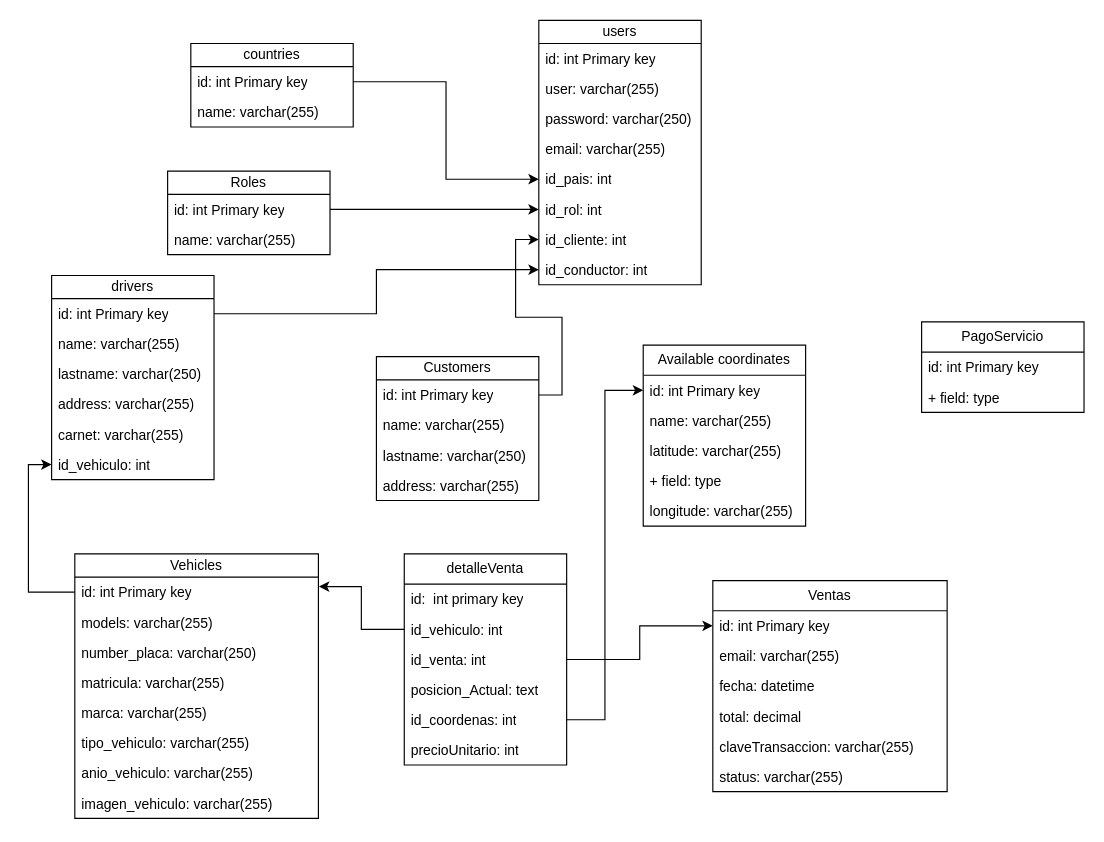
Before: clases.drawio in castro2001/Api_php, a draw.io diagram. Source tidied: cells renumbered, new cells numbered last; positions are measured from the earlier drawing's top-left corner, leaving out a move shared by most shapes. Both pictures are drawn from the tidied source at 116%, with x=0, y=0 at pixel (51, 20).
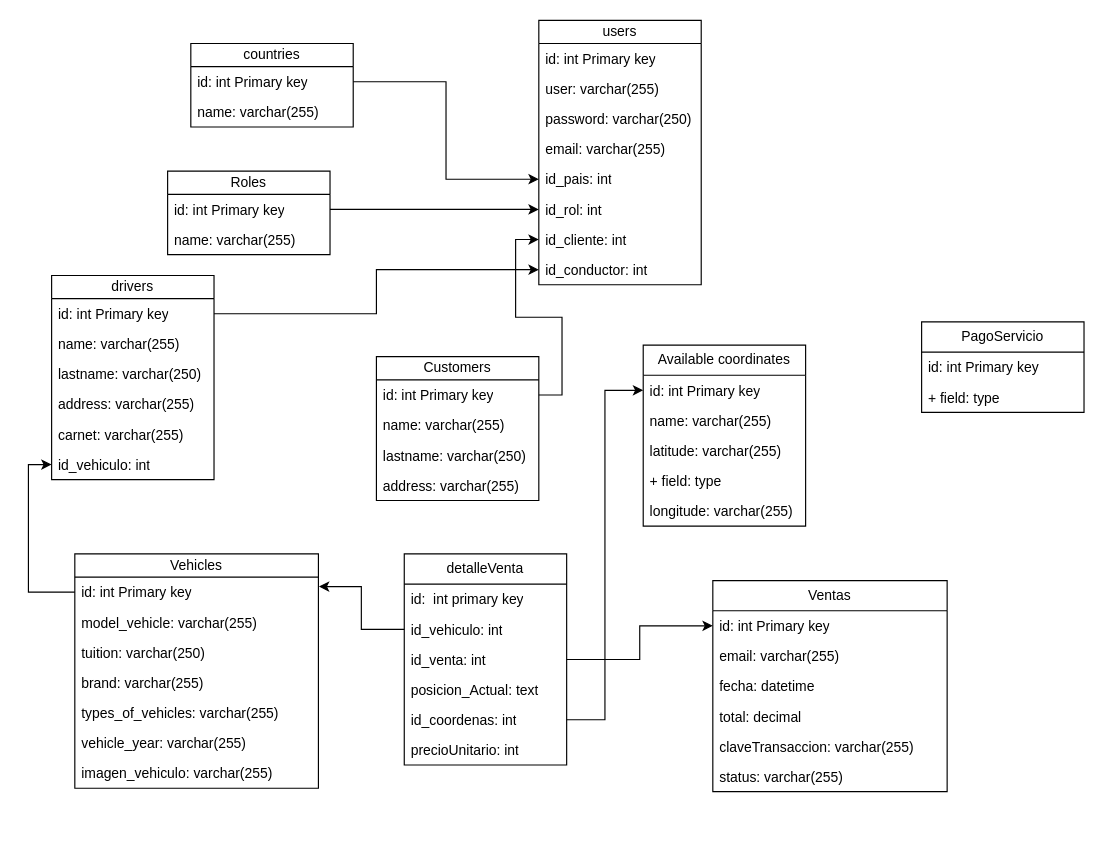
After the change.

What changed in the source:
```diff
@@
     <mxCell id="33" value="Vehicles" style="swimlane;fontStyle=0;horizontal=1;startSize=20;fillColor=none;whiteSpace=wrap;html=1;" parent="1" vertex="1">
-      <mxGeometry x="20" y="460" width="210" height="228" as="geometry" />
+      <mxGeometry x="20" y="460" width="210" height="202" as="geometry" />
     </mxCell>
@@
-    <mxCell id="35" value="models: varchar(255)" style="text;strokeColor=none;fillColor=none;align=left;verticalAlign=top;spacingLeft=4;spacingRight=4;overflow=hidden;whiteSpace=wrap;html=1;" parent="33" vertex="1">
+    <mxCell id="35" value="model_vehicle: varchar(255)" style="text;strokeColor=none;fillColor=none;align=left;verticalAlign=top;spacingLeft=4;spacingRight=4;overflow=hidden;whiteSpace=wrap;html=1;" parent="33" vertex="1">
       <mxGeometry y="46" width="210" height="26" as="geometry" />
     </mxCell>
-    <mxCell id="36" value="number_placa: varchar(250)" style="text;strokeColor=none;fillColor=none;align=left;verticalAlign=top;spacingLeft=4;spacingRight=4;overflow=hidden;whiteSpace=wrap;html=1;" parent="33" vertex="1">
+    <mxCell id="36" value="tuition: varchar(250)" style="text;strokeColor=none;fillColor=none;align=left;verticalAlign=top;spacingLeft=4;spacingRight=4;overflow=hidden;whiteSpace=wrap;html=1;" parent="33" vertex="1">
       <mxGeometry y="72" width="210" height="26" as="geometry" />
     </mxCell>
-    <mxCell id="37" value="matricula: varchar(255)" style="text;strokeColor=none;fillColor=none;align=left;verticalAlign=top;spacingLeft=4;spacingRight=4;overflow=hidden;whiteSpace=wrap;html=1;" parent="33" vertex="1">
-      <mxGeometry y="98" width="210" height="26" as="geometry" />
-    </mxCell>
-    <mxCell id="38" value="marca: varchar(255)" style="text;strokeColor=none;fillColor=none;align=left;verticalAlign=top;spacingLeft=4;spacingRight=4;overflow=hidden;whiteSpace=wrap;html=1;" parent="33" vertex="1">
-      <mxGeometry y="124" width="210" height="26" as="geometry" />
+    <mxCell id="38" value="brand: varchar(255)" style="text;strokeColor=none;fillColor=none;align=left;verticalAlign=top;spacingLeft=4;spacingRight=4;overflow=hidden;whiteSpace=wrap;html=1;" parent="33" vertex="1">
+      <mxGeometry y="98" width="210" height="26" as="geometry" />
     </mxCell>
-    <mxCell id="39" value="tipo_vehiculo: varchar(255)" style="text;strokeColor=none;fillColor=none;align=left;verticalAlign=top;spacingLeft=4;spacingRight=4;overflow=hidden;whiteSpace=wrap;html=1;" parent="33" vertex="1">
-      <mxGeometry y="150" width="210" height="26" as="geometry" />
+    <mxCell id="39" value="types_of_vehicles: varchar(255)" style="text;strokeColor=none;fillColor=none;align=left;verticalAlign=top;spacingLeft=4;spacingRight=4;overflow=hidden;whiteSpace=wrap;html=1;" parent="33" vertex="1">
+      <mxGeometry y="124" width="210" height="26" as="geometry" />
     </mxCell>
-    <mxCell id="40" value="anio_vehiculo: varchar(255)" style="text;strokeColor=none;fillColor=none;align=left;verticalAlign=top;spacingLeft=4;spacingRight=4;overflow=hidden;whiteSpace=wrap;html=1;" parent="33" vertex="1">
-      <mxGeometry y="176" width="210" height="26" as="geometry" />
+    <mxCell id="40" value="vehicle_year: varchar(255)" style="text;strokeColor=none;fillColor=none;align=left;verticalAlign=top;spacingLeft=4;spacingRight=4;overflow=hidden;whiteSpace=wrap;html=1;" parent="33" vertex="1">
+      <mxGeometry y="150" width="210" height="26" as="geometry" />
     </mxCell>
     <mxCell id="41" value="imagen_vehiculo: varchar(255)" style="text;strokeColor=none;fillColor=none;align=left;verticalAlign=top;spacingLeft=4;spacingRight=4;overflow=hidden;whiteSpace=wrap;html=1;" parent="33" vertex="1">
-      <mxGeometry y="202" width="210" height="26" as="geometry" />
+      <mxGeometry y="176" width="210" height="26" as="geometry" />
     </mxCell>
```
